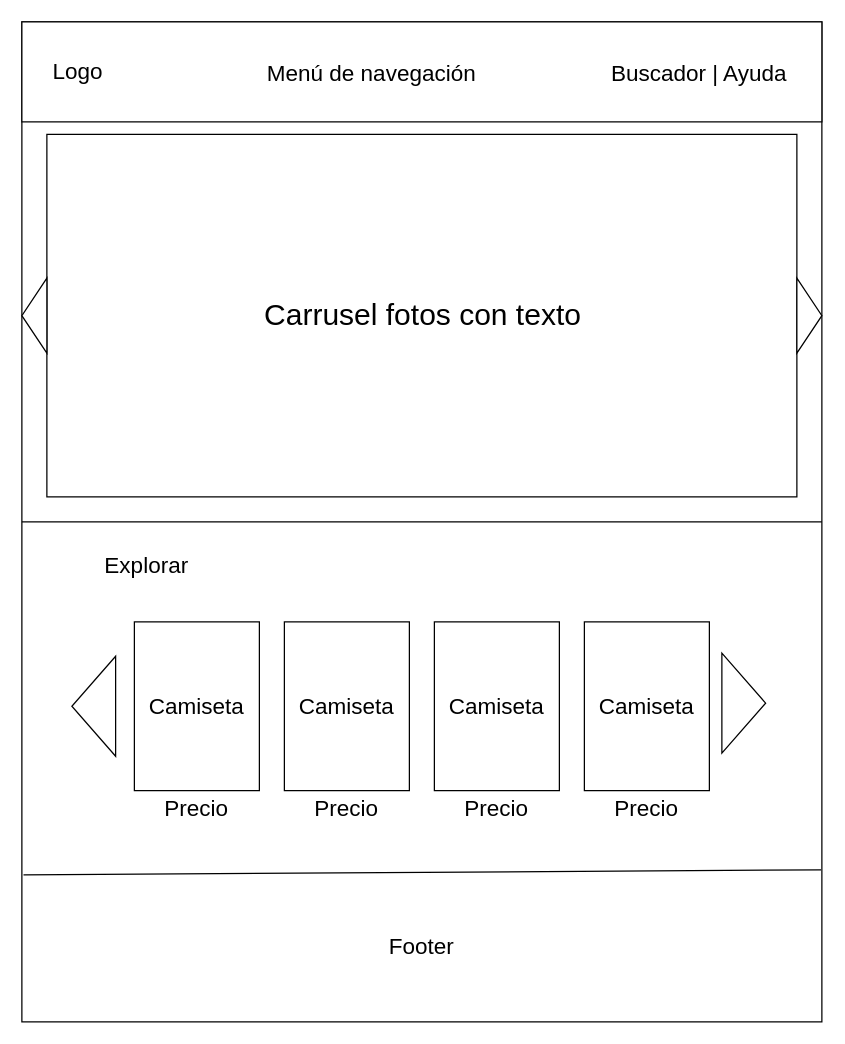
Above: InterfacesWeb(HTML,CSS)/Ejercicios/Tema1/Practica1_TiendaCamisetas/sketch.drawio in ftp-andrei/WorkSpace_VSCode (draw.io), before the change. Source tidied: cells renumbered, new cells numbered last; positions are measured from the earlier drawing's top-left corner, leaving out a move shared by most shapes. Both pictures are drawn from the tidied source at 125%, with x=0, y=0 at pixel (21, 21).
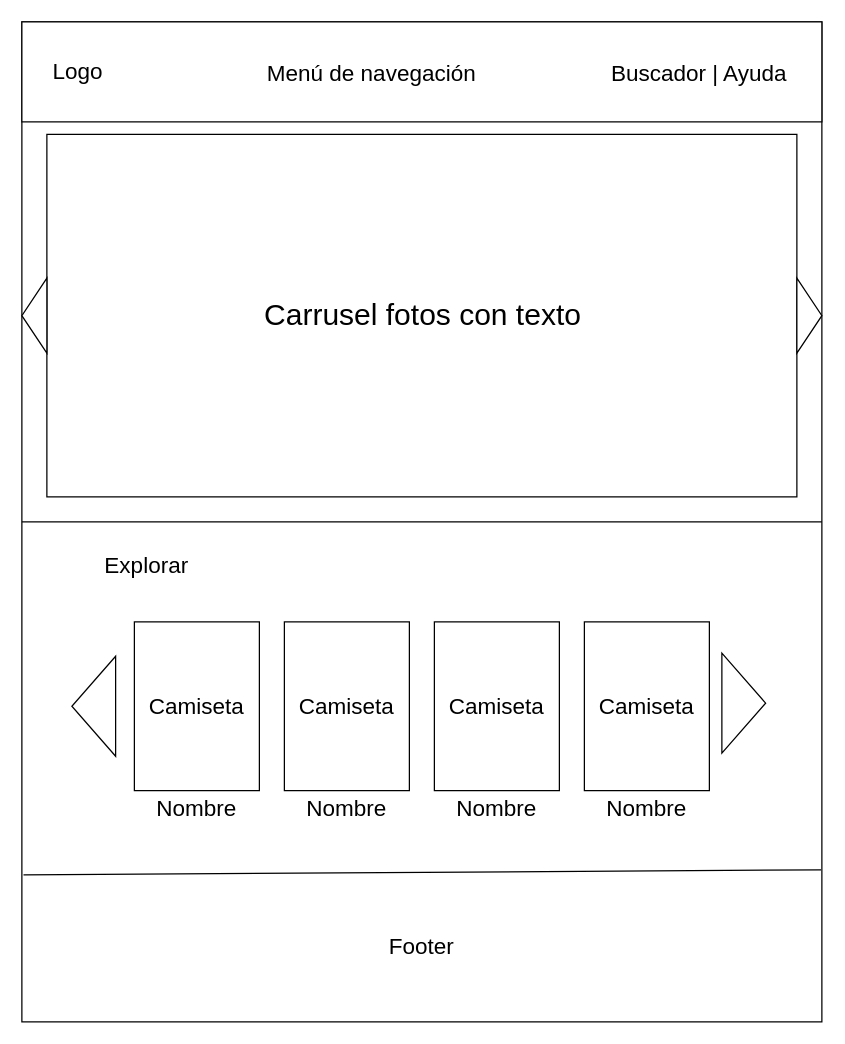
The same diagram, later.

Change to the diagram source:
```diff
@@
-    <mxCell id="21" value="Precio" style="text;html=1;strokeColor=none;fillColor=none;align=center;verticalAlign=middle;whiteSpace=wrap;rounded=0;fontSize=18;" parent="1" vertex="1">
+    <mxCell id="21" value="Nombre" style="text;html=1;strokeColor=none;fillColor=none;align=center;verticalAlign=middle;whiteSpace=wrap;rounded=0;fontSize=18;" parent="1" vertex="1">
       <mxGeometry x="110" y="615" width="60" height="30" as="geometry" />
     </mxCell>
-    <mxCell id="22" value="Precio" style="text;html=1;strokeColor=none;fillColor=none;align=center;verticalAlign=middle;whiteSpace=wrap;rounded=0;fontSize=18;" parent="1" vertex="1">
+    <mxCell id="22" value="Nombre" style="text;html=1;strokeColor=none;fillColor=none;align=center;verticalAlign=middle;whiteSpace=wrap;rounded=0;fontSize=18;" parent="1" vertex="1">
       <mxGeometry x="230" y="615" width="60" height="30" as="geometry" />
     </mxCell>
-    <mxCell id="23" value="Precio" style="text;html=1;strokeColor=none;fillColor=none;align=center;verticalAlign=middle;whiteSpace=wrap;rounded=0;fontSize=18;" parent="1" vertex="1">
+    <mxCell id="23" value="Nombre" style="text;html=1;strokeColor=none;fillColor=none;align=center;verticalAlign=middle;whiteSpace=wrap;rounded=0;fontSize=18;" parent="1" vertex="1">
       <mxGeometry x="350" y="615" width="60" height="30" as="geometry" />
     </mxCell>
-    <mxCell id="24" value="Precio" style="text;html=1;strokeColor=none;fillColor=none;align=center;verticalAlign=middle;whiteSpace=wrap;rounded=0;fontSize=18;" parent="1" vertex="1">
+    <mxCell id="24" value="Nombre" style="text;html=1;strokeColor=none;fillColor=none;align=center;verticalAlign=middle;whiteSpace=wrap;rounded=0;fontSize=18;" parent="1" vertex="1">
       <mxGeometry x="470" y="615" width="60" height="30" as="geometry" />
     </mxCell>
```
